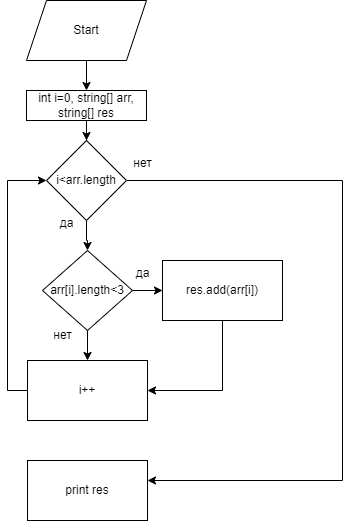
The draw.io diagram Алгоритм поиска строк.png in dimakez/practic_work, before a commit. Source tidied: cells renumbered, new cells last; positions are measured from the earlier drawing's top-left corner, leaving out a move shared by most shapes. The source it was exported from:
```xml
<mxGraphModel>
  <root>
    <mxCell id="0" />
    <mxCell id="1" parent="0" />
    <mxCell id="2" style="edgeStyle=orthogonalEdgeStyle;rounded=0;jettySize=auto;html=1;" parent="1" edge="1" source="3" target="5">
      <mxGeometry relative="1" as="geometry" />
    </mxCell>
    <mxCell id="3" value="Start" style="shape=parallelogram;perimeter=parallelogramPerimeter;whiteSpace=wrap;html=1;fixedSize=1;" parent="1" vertex="1">
      <mxGeometry x="19" width="120" height="60" as="geometry" />
    </mxCell>
    <mxCell id="4" style="edgeStyle=orthogonalEdgeStyle;rounded=0;jettySize=auto;html=1;" parent="1" edge="1" source="5" target="8">
      <mxGeometry relative="1" as="geometry" />
    </mxCell>
    <mxCell id="5" value="int i=0, string[] arr, string[] res" style="whiteSpace=wrap;html=1;" parent="1" vertex="1">
      <mxGeometry x="19" y="90" width="120" height="30" as="geometry" />
    </mxCell>
    <mxCell id="6" style="edgeStyle=orthogonalEdgeStyle;rounded=0;jettySize=auto;html=1;" parent="1" edge="1" source="8" target="11">
      <mxGeometry relative="1" as="geometry" />
    </mxCell>
    <mxCell id="7" style="edgeStyle=orthogonalEdgeStyle;rounded=0;jettySize=auto;html=1;" parent="1" edge="1" source="8" target="19">
      <mxGeometry relative="1" as="geometry">
        <Array as="points">
          <mxPoint x="335" y="180" />
          <mxPoint x="335" y="480" />
        </Array>
      </mxGeometry>
    </mxCell>
    <mxCell id="8" value="i&amp;lt;arr.length" style="rhombus;whiteSpace=wrap;html=1;" parent="1" vertex="1">
      <mxGeometry x="39" y="140" width="80" height="80" as="geometry" />
    </mxCell>
    <mxCell id="9" style="edgeStyle=orthogonalEdgeStyle;rounded=0;jettySize=auto;html=1;" parent="1" edge="1" source="11" target="14">
      <mxGeometry relative="1" as="geometry" />
    </mxCell>
    <mxCell id="10" style="edgeStyle=orthogonalEdgeStyle;rounded=0;jettySize=auto;html=1;" parent="1" edge="1" source="11" target="17">
      <mxGeometry relative="1" as="geometry" />
    </mxCell>
    <mxCell id="11" value="arr[i].length&amp;lt;3" style="rhombus;whiteSpace=wrap;html=1;" parent="1" vertex="1">
      <mxGeometry x="35" y="250" width="90" height="80" as="geometry" />
    </mxCell>
    <mxCell id="12" value="да" style="text;html=1;align=center;verticalAlign=middle;strokeColor=none;fillColor=none;" parent="1" vertex="1">
      <mxGeometry x="39" y="208" width="40" height="30" as="geometry" />
    </mxCell>
    <mxCell id="13" style="edgeStyle=orthogonalEdgeStyle;rounded=0;jettySize=auto;html=1;entryX=0;entryY=0.5;entryDx=0;entryDy=0;" parent="1" edge="1" source="14" target="8">
      <mxGeometry relative="1" as="geometry">
        <Array as="points">
          <mxPoint y="390" />
          <mxPoint y="180" />
        </Array>
      </mxGeometry>
    </mxCell>
    <mxCell id="14" value="i++" style="whiteSpace=wrap;html=1;" parent="1" vertex="1">
      <mxGeometry x="20" y="360" width="120" height="60" as="geometry" />
    </mxCell>
    <mxCell id="15" value="нет" style="text;html=1;align=center;verticalAlign=middle;strokeColor=none;fillColor=none;" parent="1" vertex="1">
      <mxGeometry x="35" y="320" width="40" height="30" as="geometry" />
    </mxCell>
    <mxCell id="16" style="edgeStyle=orthogonalEdgeStyle;rounded=0;jettySize=auto;html=1;entryX=1;entryY=0.5;entryDx=0;entryDy=0;" parent="1" edge="1" source="17" target="14">
      <mxGeometry relative="1" as="geometry">
        <Array as="points">
          <mxPoint x="215" y="390" />
        </Array>
      </mxGeometry>
    </mxCell>
    <mxCell id="17" value="res.add(arr[i])" style="whiteSpace=wrap;html=1;" parent="1" vertex="1">
      <mxGeometry x="155" y="260" width="120" height="60" as="geometry" />
    </mxCell>
    <mxCell id="18" value="да" style="text;html=1;align=center;verticalAlign=middle;strokeColor=none;fillColor=none;" parent="1" vertex="1">
      <mxGeometry x="115" y="258" width="40" height="30" as="geometry" />
    </mxCell>
    <mxCell id="19" value="print res" style="whiteSpace=wrap;html=1;" parent="1" vertex="1">
      <mxGeometry x="20" y="460" width="120" height="60" as="geometry" />
    </mxCell>
    <mxCell id="20" value="нет" style="text;html=1;align=center;verticalAlign=middle;strokeColor=none;fillColor=none;" parent="1" vertex="1">
      <mxGeometry x="115" y="148" width="40" height="30" as="geometry" />
    </mxCell>
  </root>
</mxGraphModel>
```
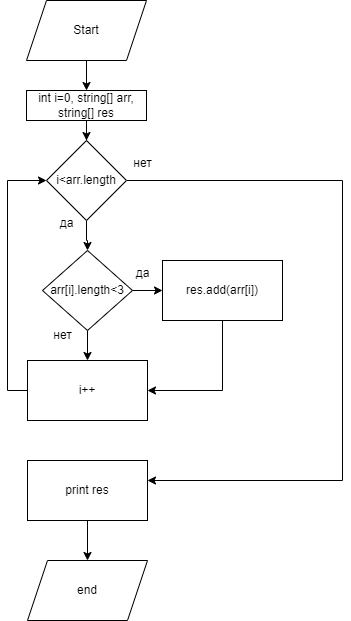
The same diagram one commit later.

Commit message:
Подправил алгоритм поиска строк

The edit, as a diff of the source:
```diff
@@ -67,11 +67,17 @@
     <mxCell id="18" value="да" style="text;html=1;align=center;verticalAlign=middle;strokeColor=none;fillColor=none;" parent="1" vertex="1">
       <mxGeometry x="115" y="258" width="40" height="30" as="geometry" />
     </mxCell>
+    <mxCell id="21" style="edgeStyle=orthogonalEdgeStyle;rounded=0;jettySize=auto;html=1;" parent="1" edge="1" source="19" target="22">
+      <mxGeometry relative="1" as="geometry" />
+    </mxCell>
     <mxCell id="19" value="print res" style="whiteSpace=wrap;html=1;" parent="1" vertex="1">
       <mxGeometry x="20" y="460" width="120" height="60" as="geometry" />
     </mxCell>
     <mxCell id="20" value="нет" style="text;html=1;align=center;verticalAlign=middle;strokeColor=none;fillColor=none;" parent="1" vertex="1">
       <mxGeometry x="115" y="148" width="40" height="30" as="geometry" />
     </mxCell>
+    <mxCell id="22" value="end" style="shape=parallelogram;perimeter=parallelogramPerimeter;whiteSpace=wrap;html=1;fixedSize=1;" parent="1" vertex="1">
+      <mxGeometry x="20" y="560" width="120" height="60" as="geometry" />
+    </mxCell>
   </root>
 </mxGraphModel>
```
